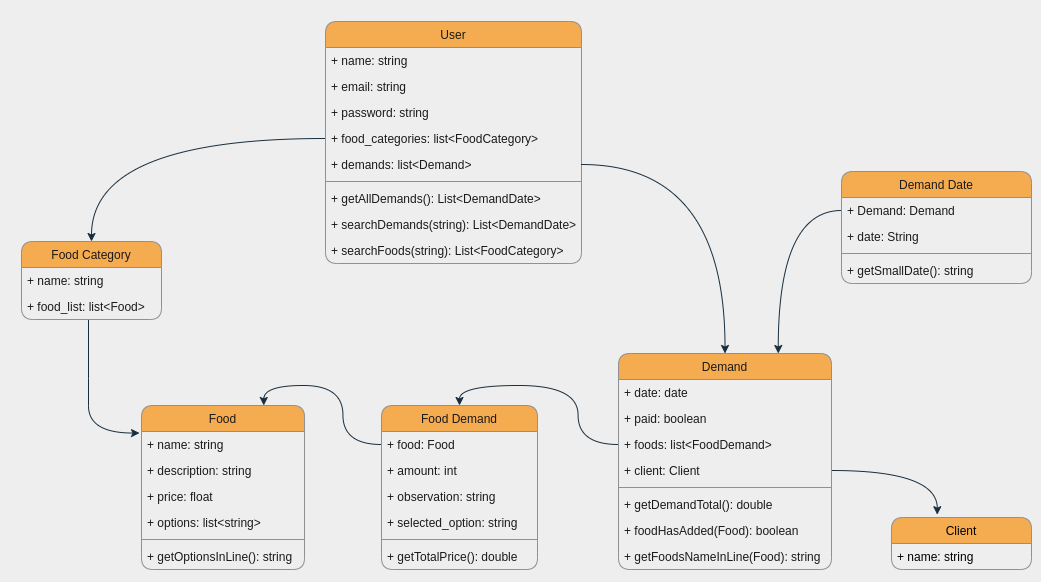
Earlier version of the draw.io export docs/models/project-modeling.png (PedroHenriqueDevBR/Appetit-app). Source tidied: cells renumbered, new cells last; positions are measured from the earlier drawing's top-left corner, leaving out a move shared by most shapes.
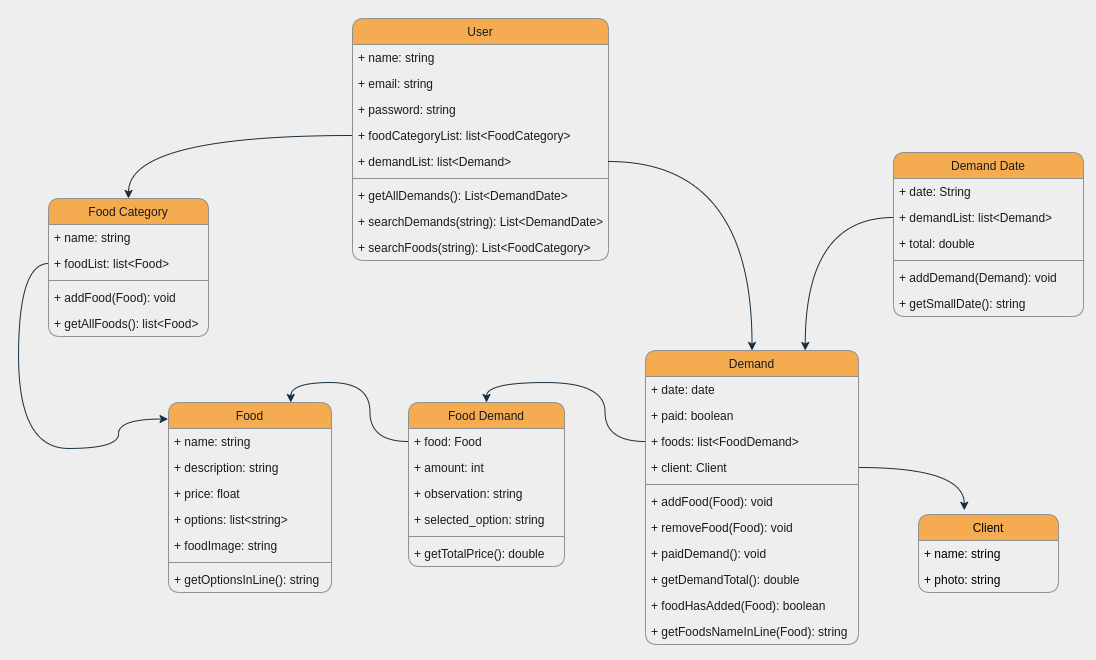
Later version of the same file.

Commit message:
fix: fix add model methods to modeling file

Diff of the diagram source:
```diff
@@ -14,10 +14,10 @@
     <mxCell id="5" value="+ password: string" style="text;strokeColor=none;fillColor=none;align=left;verticalAlign=top;spacingLeft=4;spacingRight=4;overflow=hidden;rounded=1;fontColor=#1A1A1A;" parent="2" vertex="1">
       <mxGeometry y="78" width="256" height="26" as="geometry" />
     </mxCell>
-    <mxCell id="6" value="+ food_categories: list&lt;FoodCategory&gt;" style="text;strokeColor=none;fillColor=none;align=left;verticalAlign=top;spacingLeft=4;spacingRight=4;overflow=hidden;points=[[0,0.5],[1,0.5]];portConstraint=eastwest;rounded=1;fontColor=#1A1A1A;" parent="2" vertex="1">
+    <mxCell id="6" value="+ foodCategoryList: list&lt;FoodCategory&gt;" style="text;strokeColor=none;fillColor=none;align=left;verticalAlign=top;spacingLeft=4;spacingRight=4;overflow=hidden;points=[[0,0.5],[1,0.5]];portConstraint=eastwest;rounded=1;fontColor=#1A1A1A;" parent="2" vertex="1">
       <mxGeometry y="104" width="256" height="26" as="geometry" />
     </mxCell>
-    <mxCell id="7" value="+ demands: list&lt;Demand&gt;" style="text;strokeColor=none;fillColor=none;align=left;verticalAlign=top;spacingLeft=4;spacingRight=4;overflow=hidden;points=[[0,0.5],[1,0.5]];portConstraint=eastwest;rounded=1;fontColor=#1A1A1A;" parent="2" vertex="1">
+    <mxCell id="7" value="+ demandList: list&lt;Demand&gt;" style="text;strokeColor=none;fillColor=none;align=left;verticalAlign=top;spacingLeft=4;spacingRight=4;overflow=hidden;points=[[0,0.5],[1,0.5]];portConstraint=eastwest;rounded=1;fontColor=#1A1A1A;" parent="2" vertex="1">
       <mxGeometry y="130" width="256" height="26" as="geometry" />
     </mxCell>
     <mxCell id="8" style="line;strokeWidth=1;fillColor=none;align=left;verticalAlign=middle;spacingTop=-1;spacingLeft=3;spacingRight=3;labelPosition=right;rounded=1;labelBackgroundColor=#EEEEEE;strokeColor=#909090;fontColor=#1A1A1A;" parent="2" vertex="1">
@@ -32,11 +32,13 @@
     <mxCell id="11" value="+ searchFoods(string): List&lt;FoodCategory&gt;" style="text;strokeColor=none;fillColor=none;align=left;verticalAlign=top;spacingLeft=4;spacingRight=4;overflow=hidden;rounded=1;fontColor=#1A1A1A;" parent="2" vertex="1">
       <mxGeometry y="216" width="256" height="26" as="geometry" />
     </mxCell>
-    <mxCell id="12" style="edgeStyle=orthogonalEdgeStyle;rounded=0;jettySize=auto;html=1;entryX=-0.012;entryY=0.168;entryDx=0;entryDy=0;entryPerimeter=0;curved=1;labelBackgroundColor=#EEEEEE;strokeColor=#182E3E;fontColor=#1A1A1A;" parent="1" edge="1" source="44" target="28">
+    <mxCell id="12" style="edgeStyle=orthogonalEdgeStyle;rounded=0;jettySize=auto;html=1;entryX=-0.003;entryY=0.087;entryDx=0;entryDy=0;entryPerimeter=0;curved=1;labelBackgroundColor=#EEEEEE;strokeColor=#182E3E;fontColor=#1A1A1A;exitX=0;exitY=0.5;exitDx=0;exitDy=0;" parent="1" edge="1" source="44" target="28">
       <mxGeometry relative="1" as="geometry">
         <Array as="points">
-          <mxPoint x="67" y="357" />
-          <mxPoint x="67" y="545" />
+          <mxPoint x="-30" y="245" />
+          <mxPoint x="-30" y="430" />
+          <mxPoint x="70" y="430" />
+          <mxPoint x="70" y="401" />
         </Array>
       </mxGeometry>
     </mxCell>
@@ -59,7 +61,7 @@
       <mxGeometry relative="1" as="geometry" />
     </mxCell>
     <mxCell id="19" value="Demand" style="swimlane;fontStyle=0;horizontal=1;startSize=26;fillColor=#F5AB50;rounded=1;strokeColor=#909090;fontColor=#1A1A1A;" parent="1" vertex="1">
-      <mxGeometry x="597" y="332" width="213" height="216" as="geometry" />
+      <mxGeometry x="597" y="332" width="213" height="294" as="geometry" />
     </mxCell>
     <mxCell id="20" value="+ date: date" style="text;strokeColor=none;fillColor=none;align=left;verticalAlign=top;spacingLeft=4;spacingRight=4;overflow=hidden;rounded=1;fontColor=#1A1A1A;" parent="19" vertex="1">
       <mxGeometry y="26" width="213" height="26" as="geometry" />
@@ -76,17 +78,26 @@
     <mxCell id="24" style="line;strokeWidth=1;fillColor=none;align=left;verticalAlign=middle;spacingTop=-1;spacingLeft=3;spacingRight=3;labelPosition=right;rounded=1;labelBackgroundColor=#EEEEEE;strokeColor=#909090;fontColor=#1A1A1A;" parent="19" vertex="1">
       <mxGeometry y="130" width="213" height="8" as="geometry" />
     </mxCell>
-    <mxCell id="25" value="+ getDemandTotal(): double" style="text;strokeColor=none;fillColor=none;align=left;verticalAlign=top;spacingLeft=4;spacingRight=4;overflow=hidden;rounded=1;fontColor=#1A1A1A;" parent="19" vertex="1">
+    <mxCell id="25" value="+ addFood(Food): void" style="text;strokeColor=none;fillColor=none;align=left;verticalAlign=top;spacingLeft=4;spacingRight=4;overflow=hidden;rounded=1;fontColor=#1A1A1A;" parent="19" vertex="1">
       <mxGeometry y="138" width="213" height="26" as="geometry" />
     </mxCell>
+    <mxCell id="52" value="+ removeFood(Food): void" style="text;strokeColor=none;fillColor=none;align=left;verticalAlign=top;spacingLeft=4;spacingRight=4;overflow=hidden;rounded=1;fontColor=#1A1A1A;" parent="19" vertex="1">
+      <mxGeometry y="164" width="213" height="26" as="geometry" />
+    </mxCell>
+    <mxCell id="53" value="+ paidDemand(): void" style="text;strokeColor=none;fillColor=none;align=left;verticalAlign=top;spacingLeft=4;spacingRight=4;overflow=hidden;rounded=1;fontColor=#1A1A1A;" parent="19" vertex="1">
+      <mxGeometry y="190" width="213" height="26" as="geometry" />
+    </mxCell>
+    <mxCell id="54" value="+ getDemandTotal(): double" style="text;strokeColor=none;fillColor=none;align=left;verticalAlign=top;spacingLeft=4;spacingRight=4;overflow=hidden;rounded=1;fontColor=#1A1A1A;" parent="19" vertex="1">
+      <mxGeometry y="216" width="213" height="26" as="geometry" />
+    </mxCell>
     <mxCell id="26" value="+ foodHasAdded(Food): boolean" style="text;strokeColor=none;fillColor=none;align=left;verticalAlign=top;spacingLeft=4;spacingRight=4;overflow=hidden;rounded=1;fontColor=#1A1A1A;" parent="19" vertex="1">
-      <mxGeometry y="164" width="213" height="26" as="geometry" />
+      <mxGeometry y="242" width="213" height="26" as="geometry" />
     </mxCell>
     <mxCell id="27" value="+ getFoodsNameInLine(Food): string" style="text;strokeColor=none;fillColor=none;align=left;verticalAlign=top;spacingLeft=4;spacingRight=4;overflow=hidden;rounded=1;fontColor=#1A1A1A;" parent="19" vertex="1">
-      <mxGeometry y="190" width="213" height="26" as="geometry" />
+      <mxGeometry y="268" width="213" height="26" as="geometry" />
     </mxCell>
     <mxCell id="28" value="Food" style="swimlane;fontStyle=0;horizontal=1;startSize=26;fillColor=#F5AB50;rounded=1;strokeColor=#909090;fontColor=#1A1A1A;" parent="1" vertex="1">
-      <mxGeometry x="120" y="384" width="163" height="164" as="geometry" />
+      <mxGeometry x="120" y="384" width="163" height="190" as="geometry" />
     </mxCell>
     <mxCell id="29" value="+ name: string" style="text;strokeColor=none;fillColor=none;align=left;verticalAlign=top;spacingLeft=4;spacingRight=4;overflow=hidden;rounded=1;fontColor=#1A1A1A;" parent="28" vertex="1">
       <mxGeometry y="26" width="163" height="26" as="geometry" />
@@ -100,11 +111,14 @@
     <mxCell id="32" value="+ options: list&lt;string&gt;" style="text;strokeColor=none;fillColor=none;align=left;verticalAlign=top;spacingLeft=4;spacingRight=4;overflow=hidden;rounded=1;fontColor=#1A1A1A;" parent="28" vertex="1">
       <mxGeometry y="104" width="163" height="26" as="geometry" />
     </mxCell>
+    <mxCell id="55" value="+ foodImage: string" style="text;strokeColor=none;fillColor=none;align=left;verticalAlign=top;spacingLeft=4;spacingRight=4;overflow=hidden;rounded=1;fontColor=#1A1A1A;" parent="28" vertex="1">
+      <mxGeometry y="130" width="163" height="26" as="geometry" />
+    </mxCell>
     <mxCell id="33" style="line;strokeWidth=1;fillColor=none;align=left;verticalAlign=middle;spacingTop=-1;spacingLeft=3;spacingRight=3;labelPosition=right;rounded=1;labelBackgroundColor=#EEEEEE;strokeColor=#909090;fontColor=#1A1A1A;" parent="28" vertex="1">
-      <mxGeometry y="130" width="163" height="8" as="geometry" />
+      <mxGeometry y="156" width="163" height="8" as="geometry" />
     </mxCell>
     <mxCell id="34" value="+ getOptionsInLine(): string" style="text;strokeColor=none;fillColor=none;align=left;verticalAlign=top;spacingLeft=4;spacingRight=4;overflow=hidden;rounded=1;fontColor=#1A1A1A;" parent="28" vertex="1">
-      <mxGeometry y="138" width="163" height="26" as="geometry" />
+      <mxGeometry y="164" width="163" height="26" as="geometry" />
     </mxCell>
     <mxCell id="35" value="Food Demand" style="swimlane;fontStyle=0;horizontal=1;startSize=26;fillColor=#F5AB50;rounded=1;strokeColor=#909090;fontColor=#1A1A1A;" parent="1" vertex="1">
       <mxGeometry x="360" y="384" width="156" height="164" as="geometry" />
@@ -127,35 +141,53 @@
     <mxCell id="41" value="+ getTotalPrice(): double" style="text;strokeColor=none;fillColor=none;align=left;verticalAlign=top;spacingLeft=4;spacingRight=4;overflow=hidden;rounded=1;fontColor=#1A1A1A;" parent="35" vertex="1">
       <mxGeometry y="138" width="156" height="26" as="geometry" />
     </mxCell>
+    <mxCell id="50" value="Client" style="swimlane;fontStyle=0;horizontal=1;startSize=26;rounded=1;fillColor=#F5AB50;strokeColor=#909090;" parent="1" vertex="1">
+      <mxGeometry x="870" y="496" width="140" height="78" as="geometry" />
+    </mxCell>
+    <mxCell id="51" value="+ name: string" style="text;align=left;verticalAlign=top;spacingLeft=4;spacingRight=4;overflow=hidden;rounded=1;" parent="50" vertex="1">
+      <mxGeometry y="26" width="140" height="26" as="geometry" />
+    </mxCell>
+    <mxCell id="56" value="+ photo: string" style="text;align=left;verticalAlign=top;spacingLeft=4;spacingRight=4;overflow=hidden;rounded=1;" parent="50" vertex="1">
+      <mxGeometry y="52" width="140" height="26" as="geometry" />
+    </mxCell>
+    <mxCell id="45" value="Demand Date" style="swimlane;fontStyle=0;horizontal=1;startSize=26;fillColor=#F5AB50;rounded=1;strokeColor=#909090;fontColor=#1A1A1A;" parent="1" vertex="1">
+      <mxGeometry x="845" y="134" width="190" height="164" as="geometry" />
+    </mxCell>
+    <mxCell id="47" value="+ date: String" style="text;strokeColor=none;fillColor=none;align=left;verticalAlign=top;spacingLeft=4;spacingRight=4;overflow=hidden;rounded=1;fontColor=#1A1A1A;" parent="45" vertex="1">
+      <mxGeometry y="26" width="190" height="26" as="geometry" />
+    </mxCell>
+    <mxCell id="46" value="+ demandList: list&lt;Demand&gt;" style="text;strokeColor=none;fillColor=none;align=left;verticalAlign=top;spacingLeft=4;spacingRight=4;overflow=hidden;points=[[0,0.5],[1,0.5]];portConstraint=eastwest;rounded=1;fontColor=#1A1A1A;" parent="45" vertex="1">
+      <mxGeometry y="52" width="190" height="26" as="geometry" />
+    </mxCell>
+    <mxCell id="57" value="+ total: double" style="text;strokeColor=none;fillColor=none;align=left;verticalAlign=top;spacingLeft=4;spacingRight=4;overflow=hidden;rounded=1;fontColor=#1A1A1A;" parent="45" vertex="1">
+      <mxGeometry y="78" width="190" height="26" as="geometry" />
+    </mxCell>
+    <mxCell id="48" style="line;strokeWidth=1;fillColor=none;align=left;verticalAlign=middle;spacingTop=-1;spacingLeft=3;spacingRight=3;labelPosition=right;rounded=1;labelBackgroundColor=#EEEEEE;strokeColor=#909090;fontColor=#1A1A1A;" parent="45" vertex="1">
+      <mxGeometry y="104" width="190" height="8" as="geometry" />
+    </mxCell>
+    <mxCell id="49" value="+ addDemand(Demand): void" style="text;strokeColor=none;fillColor=none;align=left;verticalAlign=top;spacingLeft=4;spacingRight=4;overflow=hidden;rounded=1;fontColor=#1A1A1A;" parent="45" vertex="1">
+      <mxGeometry y="112" width="190" height="26" as="geometry" />
+    </mxCell>
+    <mxCell id="58" value="+ getSmallDate(): string" style="text;strokeColor=none;fillColor=none;align=left;verticalAlign=top;spacingLeft=4;spacingRight=4;overflow=hidden;rounded=1;fontColor=#1A1A1A;" parent="45" vertex="1">
+      <mxGeometry y="138" width="190" height="26" as="geometry" />
+    </mxCell>
     <mxCell id="42" value="Food Category" style="swimlane;fontStyle=0;horizontal=1;startSize=26;fillColor=#F5AB50;rounded=1;strokeColor=#909090;fontColor=#1A1A1A;" parent="1" vertex="1">
-      <mxGeometry y="220" width="140" height="78" as="geometry" />
+      <mxGeometry y="180" width="160" height="138" as="geometry" />
     </mxCell>
     <mxCell id="43" value="+ name: string" style="text;strokeColor=none;fillColor=none;align=left;verticalAlign=top;spacingLeft=4;spacingRight=4;overflow=hidden;rounded=1;fontColor=#1A1A1A;" parent="42" vertex="1">
-      <mxGeometry y="26" width="140" height="26" as="geometry" />
+      <mxGeometry y="26" width="160" height="26" as="geometry" />
     </mxCell>
-    <mxCell id="44" value="+ food_list: list&lt;Food&gt;" style="text;strokeColor=none;fillColor=none;align=left;verticalAlign=top;spacingLeft=4;spacingRight=4;overflow=hidden;points=[[0,0.5],[1,0.5]];portConstraint=eastwest;rounded=1;fontColor=#1A1A1A;" parent="42" vertex="1">
-      <mxGeometry y="52" width="140" height="26" as="geometry" />
+    <mxCell id="44" value="+ foodList: list&lt;Food&gt;" style="text;strokeColor=none;fillColor=none;align=left;verticalAlign=top;spacingLeft=4;spacingRight=4;overflow=hidden;points=[[0,0.5],[1,0.5]];portConstraint=eastwest;rounded=1;fontColor=#1A1A1A;" parent="42" vertex="1">
+      <mxGeometry y="52" width="160" height="26" as="geometry" />
     </mxCell>
-    <mxCell id="45" value="Demand Date" style="swimlane;fontStyle=0;horizontal=1;startSize=26;fillColor=#F5AB50;rounded=1;strokeColor=#909090;fontColor=#1A1A1A;" parent="1" vertex="1">
-      <mxGeometry x="820" y="150" width="190" height="112" as="geometry" />
-    </mxCell>
-    <mxCell id="46" value="+ Demand: Demand" style="text;strokeColor=none;fillColor=none;align=left;verticalAlign=top;spacingLeft=4;spacingRight=4;overflow=hidden;points=[[0,0.5],[1,0.5]];portConstraint=eastwest;rounded=1;fontColor=#1A1A1A;" parent="45" vertex="1">
-      <mxGeometry y="26" width="190" height="26" as="geometry" />
-    </mxCell>
-    <mxCell id="47" value="+ date: String" style="text;strokeColor=none;fillColor=none;align=left;verticalAlign=top;spacingLeft=4;spacingRight=4;overflow=hidden;rounded=1;fontColor=#1A1A1A;" parent="45" vertex="1">
-      <mxGeometry y="52" width="190" height="26" as="geometry" />
-    </mxCell>
-    <mxCell id="48" style="line;strokeWidth=1;fillColor=none;align=left;verticalAlign=middle;spacingTop=-1;spacingLeft=3;spacingRight=3;labelPosition=right;rounded=1;labelBackgroundColor=#EEEEEE;strokeColor=#909090;fontColor=#1A1A1A;" parent="45" vertex="1">
-      <mxGeometry y="78" width="190" height="8" as="geometry" />
-    </mxCell>
-    <mxCell id="49" value="+ getSmallDate(): string" style="text;strokeColor=none;fillColor=none;align=left;verticalAlign=top;spacingLeft=4;spacingRight=4;overflow=hidden;rounded=1;fontColor=#1A1A1A;" parent="45" vertex="1">
-      <mxGeometry y="86" width="190" height="26" as="geometry" />
-    </mxCell>
-    <mxCell id="50" value="Client" style="swimlane;fontStyle=0;horizontal=1;startSize=26;rounded=1;fillColor=#F5AB50;strokeColor=#909090;" parent="1" vertex="1">
-      <mxGeometry x="870" y="496" width="140" height="52" as="geometry" />
-    </mxCell>
-    <mxCell id="51" value="+ name: string" style="text;align=left;verticalAlign=top;spacingLeft=4;spacingRight=4;overflow=hidden;rounded=1;" parent="50" vertex="1">
-      <mxGeometry y="26" width="140" height="26" as="geometry" />
-    </mxCell>
+    <mxCell id="59" style="line;strokeWidth=1;fillColor=none;align=left;verticalAlign=middle;spacingTop=-1;spacingLeft=3;spacingRight=3;labelPosition=right;rounded=1;labelBackgroundColor=#EEEEEE;strokeColor=#909090;fontColor=#1A1A1A;" parent="42" vertex="1">
+      <mxGeometry y="78" width="160" height="8" as="geometry" />
+    </mxCell>
+    <mxCell id="60" value="+ addFood(Food): void" style="text;strokeColor=none;fillColor=none;align=left;verticalAlign=top;spacingLeft=4;spacingRight=4;overflow=hidden;rounded=1;fontColor=#1A1A1A;" parent="42" vertex="1">
+      <mxGeometry y="86" width="160" height="26" as="geometry" />
+    </mxCell>
+    <mxCell id="61" value="+ getAllFoods(): list&lt;Food&gt;" style="text;strokeColor=none;fillColor=none;align=left;verticalAlign=top;spacingLeft=4;spacingRight=4;overflow=hidden;rounded=1;fontColor=#1A1A1A;" parent="42" vertex="1">
+      <mxGeometry y="112" width="160" height="26" as="geometry" />
+    </mxCell>
   </root>
 </mxGraphModel>
```
